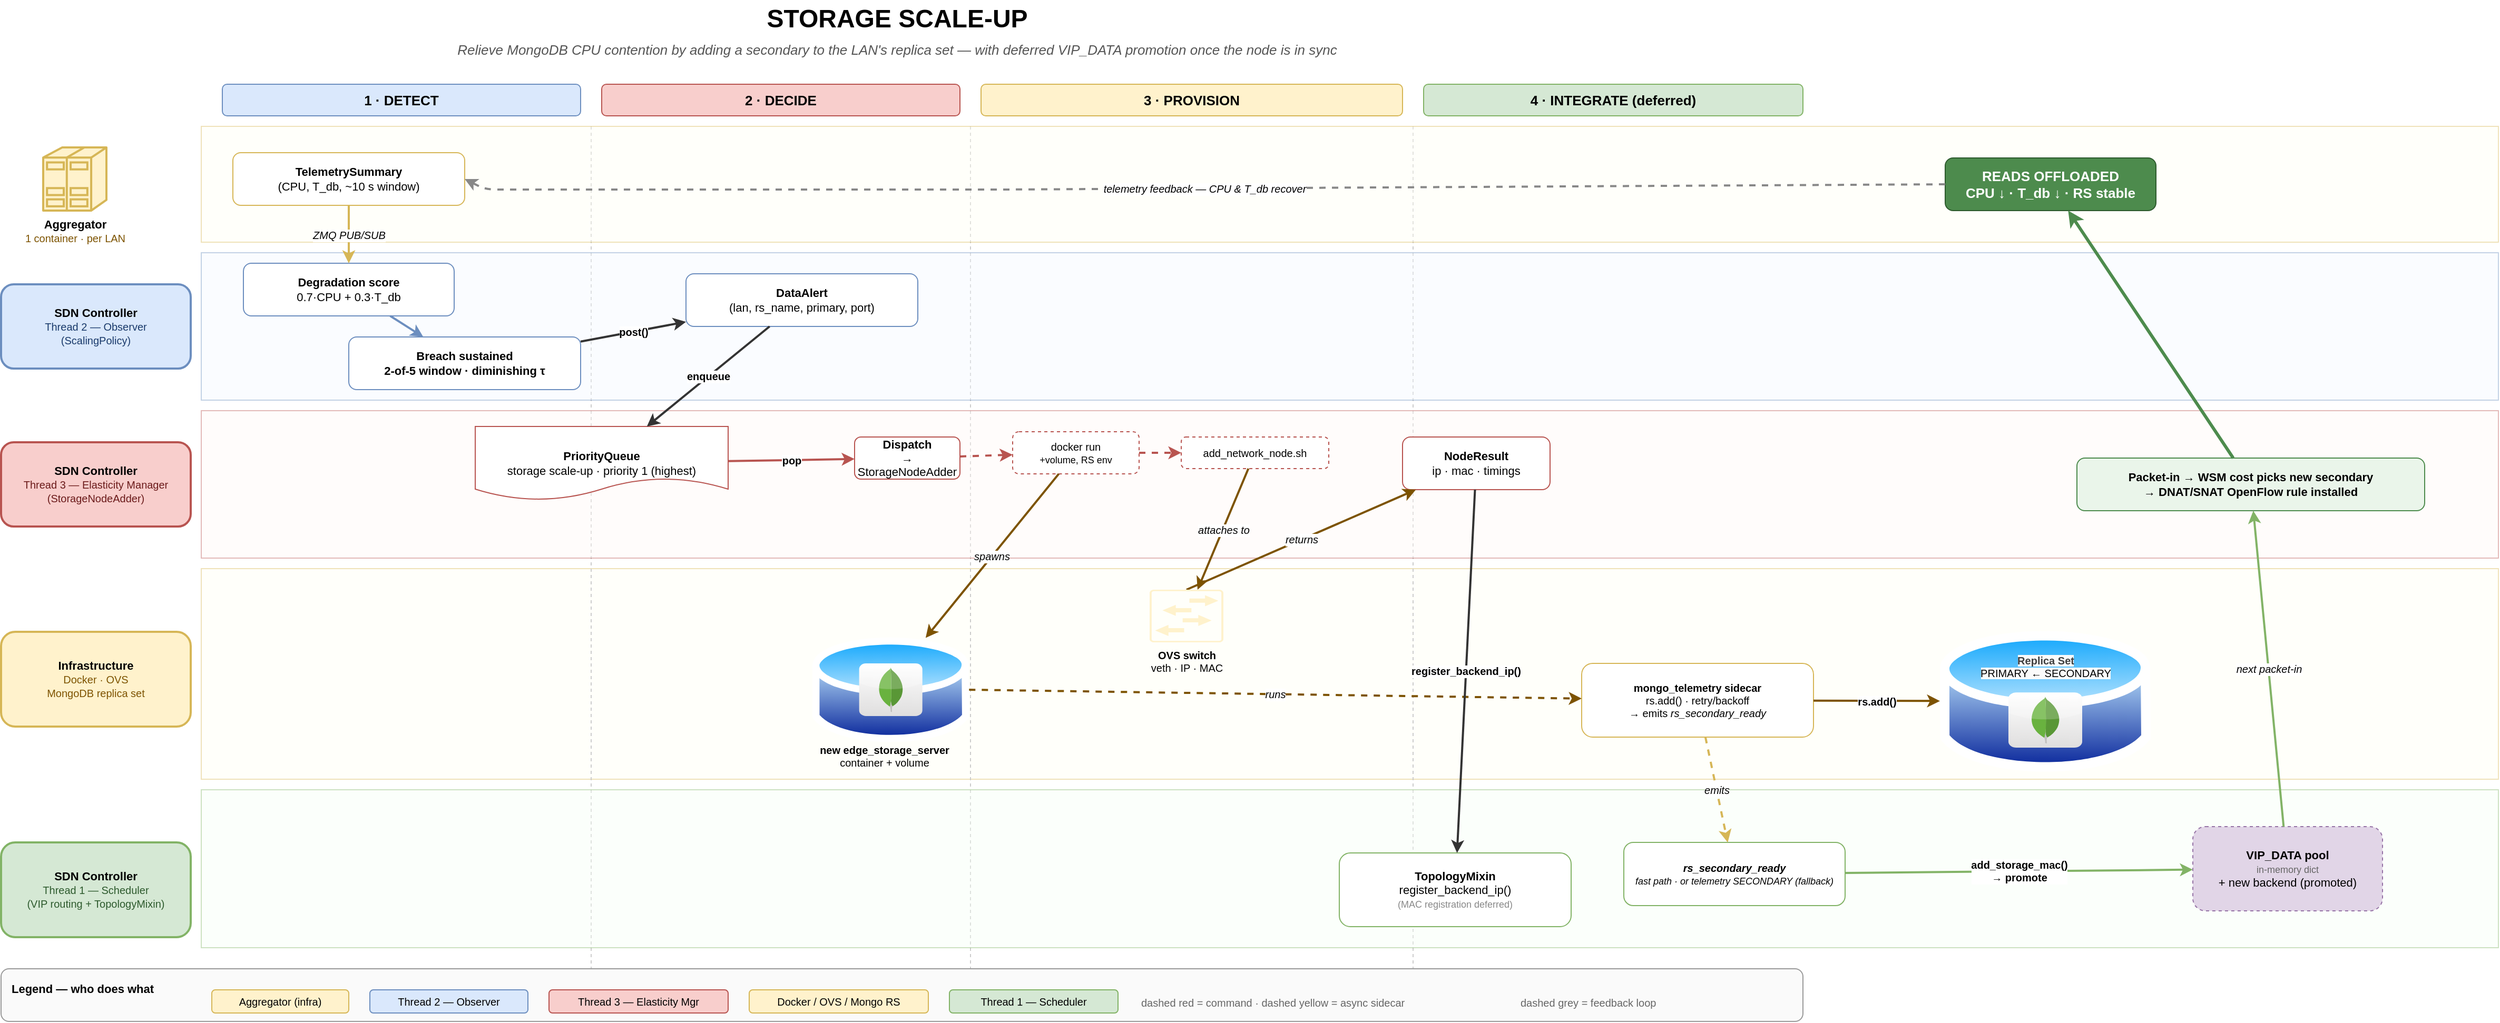
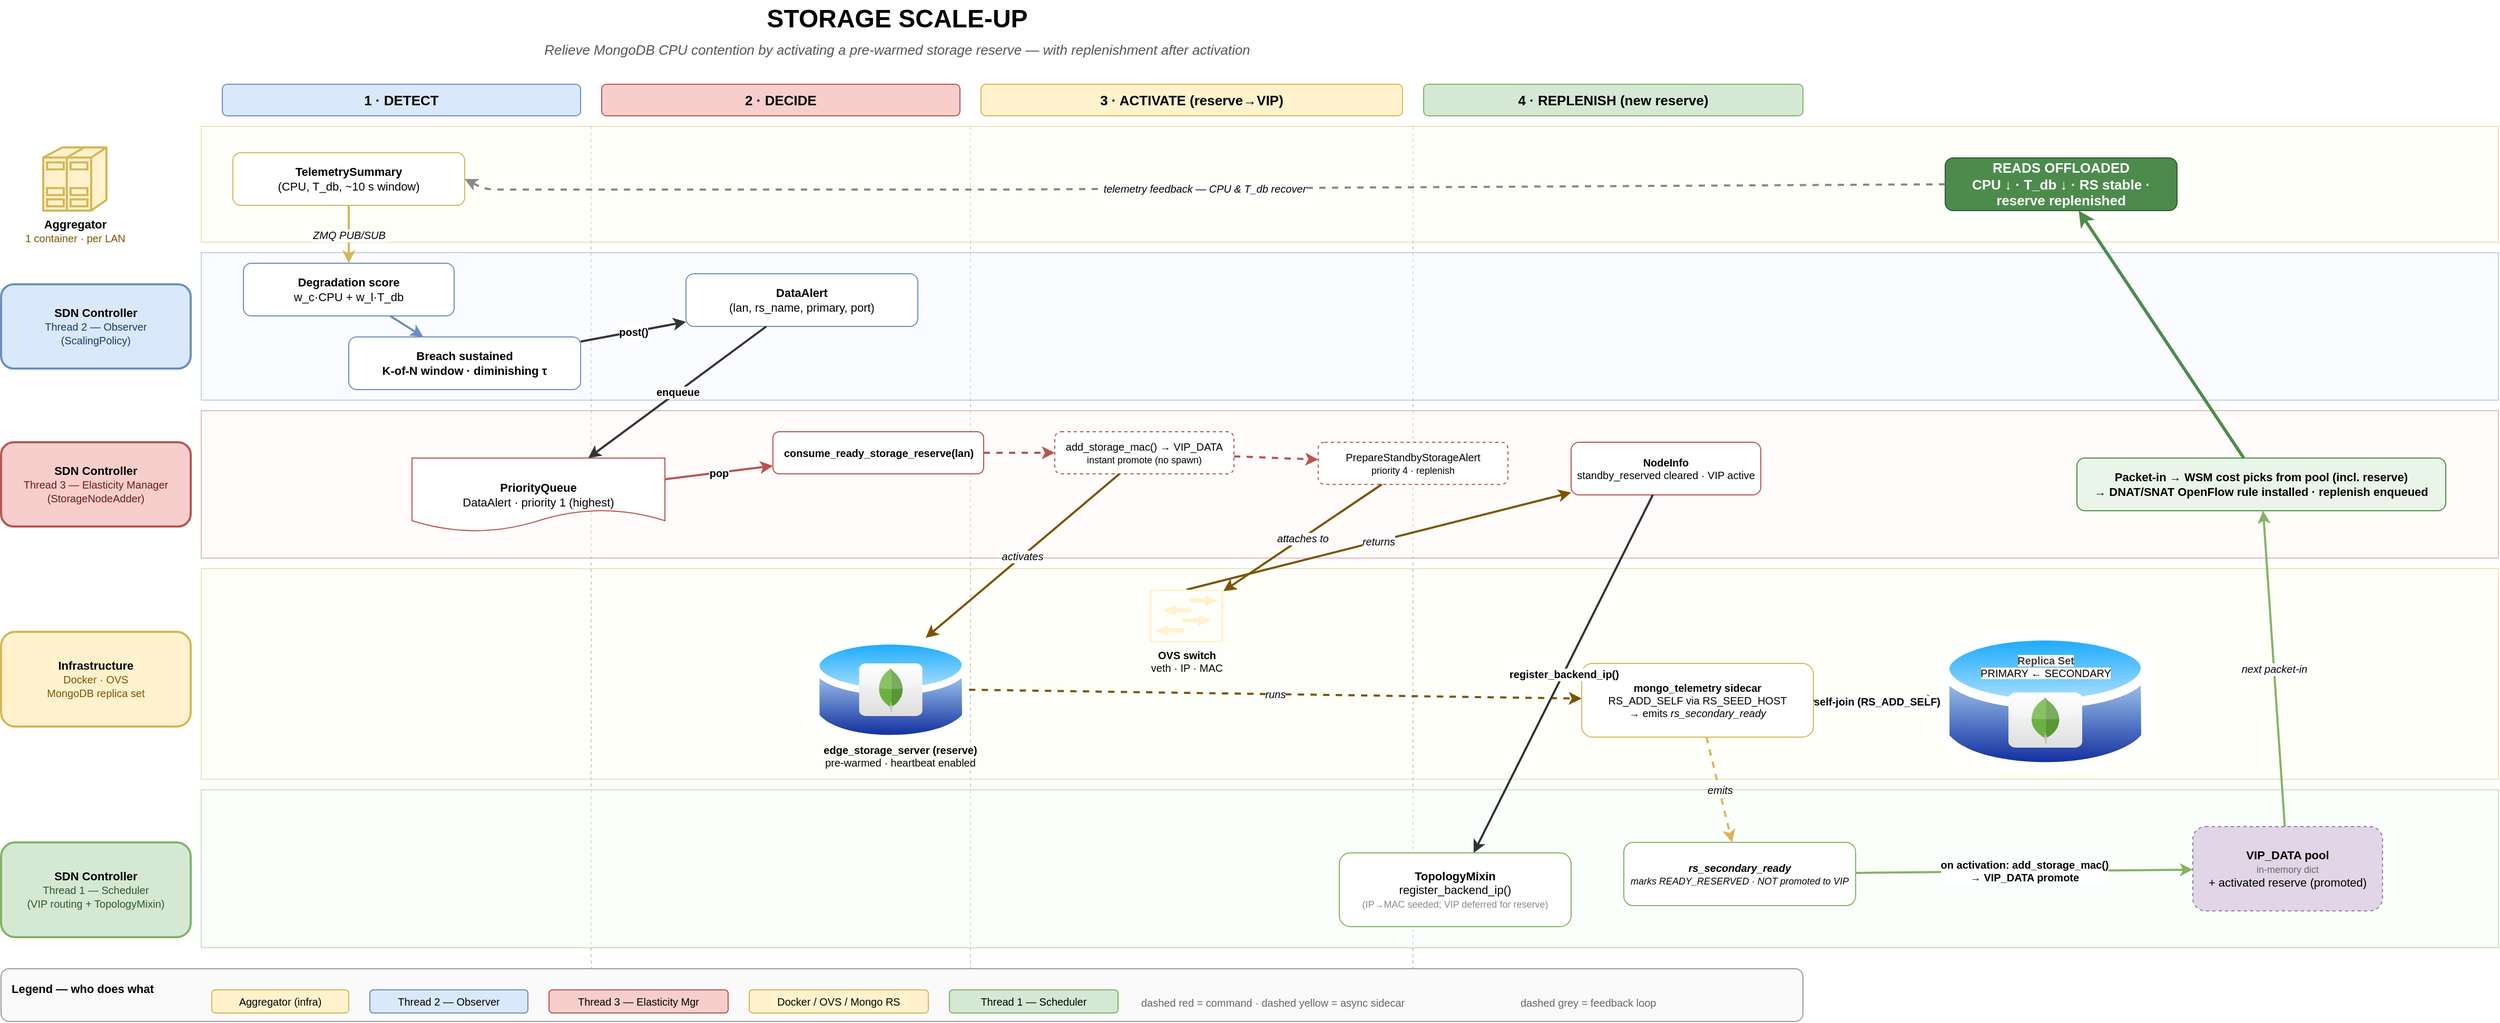
<mxfile host="65bd71144e">
    <diagram id="storage-scale-up" name="Storage Scale-Up">
-         <mxGraphModel dx="960" dy="651" grid="1" gridSize="10" guides="1" tooltips="1" connect="1" arrows="1" fold="1" page="1" pageScale="1" pageWidth="1800" pageHeight="1000" background="#ffffff" math="0" shadow="0">
+         <mxGraphModel dx="1720" dy="1048" grid="1" gridSize="10" guides="1" tooltips="1" connect="1" arrows="1" fold="1" page="1" pageScale="1" pageWidth="1800" pageHeight="1000" background="#ffffff" math="0" shadow="0">
            <root>
                <mxCell id="0"/>
                <mxCell id="1" parent="0"/>
                <mxCell id="lane_infra" value="" style="rounded=0;whiteSpace=wrap;html=1;fillColor=#fffef2;strokeColor=#d6b656;opacity=40;" parent="1" vertex="1">
                    <mxGeometry x="240" y="560" width="2180" height="200" as="geometry"/>
                </mxCell>
                <mxCell id="title" value="STORAGE SCALE-UP" style="text;html=1;strokeColor=none;fillColor=none;align=center;verticalAlign=middle;fontSize=24;fontStyle=1;" parent="1" vertex="1">
                    <mxGeometry x="600" y="20" width="600" height="36" as="geometry"/>
                </mxCell>
-                 <mxCell id="subtitle" value="Relieve MongoDB CPU contention by adding a secondary to the LAN&#39;s replica set — with deferred VIP_DATA promotion once the node is in sync" style="text;html=1;strokeColor=none;fillColor=none;align=center;verticalAlign=middle;fontSize=13;fontStyle=2;fontColor=#555555;" parent="1" vertex="1">
+                 <mxCell id="subtitle" value="Relieve MongoDB CPU contention by activating a pre-warmed storage reserve — with replenishment after activation" style="text;html=1;strokeColor=none;fillColor=none;align=center;verticalAlign=middle;fontSize=13;fontStyle=2;fontColor=#555555;" parent="1" vertex="1">
                    <mxGeometry x="300" y="56" width="1200" height="22" as="geometry"/>
                </mxCell>
                <mxCell id="ph1" value="1 · DETECT" style="rounded=1;whiteSpace=wrap;html=1;fillColor=#dae8fc;strokeColor=#6c8ebf;fontSize=13;fontStyle=1;" parent="1" vertex="1">
                    <mxGeometry x="260" y="100" width="340" height="30" as="geometry"/>
                </mxCell>
                <mxCell id="ph2" value="2 · DECIDE" style="rounded=1;whiteSpace=wrap;html=1;fillColor=#f8cecc;strokeColor=#b85450;fontSize=13;fontStyle=1;" parent="1" vertex="1">
                    <mxGeometry x="620" y="100" width="340" height="30" as="geometry"/>
                </mxCell>
-                 <mxCell id="ph3" value="3 · PROVISION" style="rounded=1;whiteSpace=wrap;html=1;fillColor=#fff2cc;strokeColor=#d6b656;fontSize=13;fontStyle=1;" parent="1" vertex="1">
+                 <mxCell id="ph3" value="3 · ACTIVATE (reserve→VIP)" style="rounded=1;whiteSpace=wrap;html=1;fillColor=#fff2cc;strokeColor=#d6b656;fontSize=13;fontStyle=1;" parent="1" vertex="1">
                    <mxGeometry x="980" y="100" width="400" height="30" as="geometry"/>
                </mxCell>
-                 <mxCell id="ph4" value="4 · INTEGRATE (deferred)" style="rounded=1;whiteSpace=wrap;html=1;fillColor=#d5e8d4;strokeColor=#82b366;fontSize=13;fontStyle=1;" parent="1" vertex="1">
+                 <mxCell id="ph4" value="4 · REPLENISH (new reserve)" style="rounded=1;whiteSpace=wrap;html=1;fillColor=#d5e8d4;strokeColor=#82b366;fontSize=13;fontStyle=1;" parent="1" vertex="1">
                    <mxGeometry x="1400" y="100" width="360" height="30" as="geometry"/>
                </mxCell>
                <mxCell id="sep1" style="endArrow=none;html=1;strokeColor=#cccccc;dashed=1;" parent="1" edge="1">
                    <mxGeometry relative="1" as="geometry">
                        <mxPoint x="610" y="140" as="sourcePoint"/>
                        <mxPoint x="610" y="960" as="targetPoint"/>
                    </mxGeometry>
                </mxCell>
                <mxCell id="sep2" style="endArrow=none;html=1;strokeColor=#cccccc;dashed=1;" parent="1" edge="1">
                    <mxGeometry relative="1" as="geometry">
                        <mxPoint x="970" y="140" as="sourcePoint"/>
                        <mxPoint x="970" y="960" as="targetPoint"/>
                    </mxGeometry>
                </mxCell>
                <mxCell id="sep3" style="endArrow=none;html=1;strokeColor=#cccccc;dashed=1;" parent="1" edge="1">
                    <mxGeometry relative="1" as="geometry">
                        <mxPoint x="1390" y="140" as="sourcePoint"/>
                        <mxPoint x="1390" y="960" as="targetPoint"/>
                    </mxGeometry>
                </mxCell>
                <mxCell id="lane_agg" value="" style="rounded=0;whiteSpace=wrap;html=1;fillColor=#fffef2;strokeColor=#d6b656;opacity=40;" parent="1" vertex="1">
                    <mxGeometry x="240" y="140" width="2180" height="110" as="geometry"/>
                </mxCell>
                <mxCell id="lane_agg_hdr" value="&lt;b&gt;Aggregator&lt;/b&gt;&lt;br&gt;&lt;span style=&quot;font-size: 10px; color: rgb(125, 83, 0);&quot;&gt;1 container · per LAN&lt;/span&gt;" style="shape=mxgraph.cisco.servers.standard_host;html=1;pointerEvents=1;dashed=0;fillColor=#fff2cc;strokeColor=#d6b656;strokeWidth=2;verticalLabelPosition=bottom;verticalAlign=top;align=center;outlineConnect=0;fontSize=11;" parent="1" vertex="1">
                    <mxGeometry x="90" y="160" width="60" height="60" as="geometry"/>
                </mxCell>
                <mxCell id="lane_t2" value="" style="rounded=0;whiteSpace=wrap;html=1;fillColor=#f2f7ff;strokeColor=#6c8ebf;opacity=40;" parent="1" vertex="1">
                    <mxGeometry x="240" y="260" width="2180" height="140" as="geometry"/>
                </mxCell>
                <mxCell id="lane_t2_hdr" value="&lt;b&gt;SDN Controller&lt;/b&gt;&lt;br/&gt;&lt;span style=&quot;font-size:10px;color:#1a3a6b&quot;&gt;Thread 2 — Observer&lt;/span&gt;&lt;br/&gt;&lt;span style=&quot;font-size:10px;color:#1a3a6b&quot;&gt;(ScalingPolicy)&lt;/span&gt;" style="rounded=1;whiteSpace=wrap;html=1;fillColor=#dae8fc;strokeColor=#6c8ebf;fontSize=11;strokeWidth=2;" parent="1" vertex="1">
                    <mxGeometry x="50" y="290" width="180" height="80" as="geometry"/>
                </mxCell>
                <mxCell id="lane_t3" value="" style="rounded=0;whiteSpace=wrap;html=1;fillColor=#fff7f6;strokeColor=#b85450;opacity=40;" parent="1" vertex="1">
                    <mxGeometry x="240" y="410" width="2180" height="140" as="geometry"/>
                </mxCell>
                <mxCell id="lane_t3_hdr" value="&lt;b&gt;SDN Controller&lt;/b&gt;&lt;br/&gt;&lt;span style=&quot;font-size:10px;color:#6b1a1a&quot;&gt;Thread 3 — Elasticity Manager&lt;/span&gt;&lt;br/&gt;&lt;span style=&quot;font-size:10px;color:#6b1a1a&quot;&gt;(StorageNodeAdder)&lt;/span&gt;" style="rounded=1;whiteSpace=wrap;html=1;fillColor=#f8cecc;strokeColor=#b85450;fontSize=11;strokeWidth=2;" parent="1" vertex="1">
                    <mxGeometry x="50" y="440" width="180" height="80" as="geometry"/>
                </mxCell>
                <mxCell id="lane_infra_hdr" value="&lt;b&gt;Infrastructure&lt;/b&gt;&lt;br/&gt;&lt;span style=&quot;font-size:10px;color:#7d5300&quot;&gt;Docker · OVS&lt;/span&gt;&lt;br/&gt;&lt;span style=&quot;font-size:10px;color:#7d5300&quot;&gt;MongoDB replica set&lt;/span&gt;" style="rounded=1;whiteSpace=wrap;html=1;fillColor=#fff2cc;strokeColor=#d6b656;fontSize=11;strokeWidth=2;" parent="1" vertex="1">
                    <mxGeometry x="50" y="620" width="180" height="90" as="geometry"/>
                </mxCell>
                <mxCell id="lane_t1" value="" style="rounded=0;whiteSpace=wrap;html=1;fillColor=#f6fff4;strokeColor=#82b366;opacity=40;" parent="1" vertex="1">
                    <mxGeometry x="240" y="770" width="2180" height="150" as="geometry"/>
                </mxCell>
                <mxCell id="lane_t1_hdr" value="&lt;b&gt;SDN Controller&lt;/b&gt;&lt;br/&gt;&lt;span style=&quot;font-size:10px;color:#2d5a2d&quot;&gt;Thread 1 — Scheduler&lt;/span&gt;&lt;br/&gt;&lt;span style=&quot;font-size:10px;color:#2d5a2d&quot;&gt;(VIP routing + TopologyMixin)&lt;/span&gt;" style="rounded=1;whiteSpace=wrap;html=1;fillColor=#d5e8d4;strokeColor=#82b366;fontSize=11;strokeWidth=2;" parent="1" vertex="1">
                    <mxGeometry x="50" y="820" width="180" height="90" as="geometry"/>
                </mxCell>
                <mxCell id="n_agg_pub" value="&lt;b&gt;TelemetrySummary&lt;/b&gt;&lt;br/&gt;(CPU, T_db, ~10 s window)" style="rounded=1;whiteSpace=wrap;html=1;fillColor=#ffffff;strokeColor=#d6b656;fontSize=11;" parent="1" vertex="1">
                    <mxGeometry x="270" y="165" width="220" height="50" as="geometry"/>
                </mxCell>
-                 <mxCell id="n_t2_score" value="&lt;b&gt;Degradation score&lt;/b&gt;&lt;br/&gt;0.7·CPU + 0.3·T_db" style="rounded=1;whiteSpace=wrap;html=1;fillColor=#ffffff;strokeColor=#6c8ebf;fontSize=11;" parent="1" vertex="1">
+                 <mxCell id="n_t2_score" value="&lt;b&gt;Degradation score&lt;/b&gt;&lt;br/&gt;w_c·CPU + w_l·T_db" style="rounded=1;whiteSpace=wrap;html=1;fillColor=#ffffff;strokeColor=#6c8ebf;fontSize=11;" parent="1" vertex="1">
                    <mxGeometry x="280" y="270" width="200" height="50" as="geometry"/>
                </mxCell>
-                 <mxCell id="n_t2_window" value="&lt;b&gt;Breach sustained&lt;/b&gt;&lt;br/&gt;2-of-5 window · diminishing τ" style="rounded=1;whiteSpace=wrap;html=1;fillColor=#ffffff;strokeColor=#6c8ebf;fontSize=11;fontStyle=1;" parent="1" vertex="1">
+                 <mxCell id="n_t2_window" value="&lt;b&gt;Breach sustained&lt;/b&gt;&lt;br/&gt;K-of-N window · diminishing τ" style="rounded=1;whiteSpace=wrap;html=1;fillColor=#ffffff;strokeColor=#6c8ebf;fontSize=11;fontStyle=1;" parent="1" vertex="1">
                    <mxGeometry x="380" y="340" width="220" height="50" as="geometry"/>
                </mxCell>
                <mxCell id="n_alert" value="&lt;b&gt;DataAlert&lt;/b&gt;&lt;br/&gt;(lan, rs_name, primary, port)" style="rounded=1;whiteSpace=wrap;html=1;fillColor=#ffffff;strokeColor=#6c8ebf;fontSize=11;" parent="1" vertex="1">
                    <mxGeometry x="700" y="280" width="220" height="50" as="geometry"/>
                </mxCell>
-                 <mxCell id="n_t3_queue" value="&lt;b&gt;PriorityQueue&lt;/b&gt;&lt;br/&gt;storage scale-up · priority 1 (highest)" style="shape=document;whiteSpace=wrap;html=1;fillColor=#ffffff;strokeColor=#b85450;fontSize=11;" parent="1" vertex="1">
-                     <mxGeometry x="500" y="425" width="240" height="70" as="geometry"/>
-                 </mxCell>
-                 <mxCell id="n_t3_dispatch" value="&lt;b&gt;Dispatch&lt;/b&gt;&lt;br/&gt;→ StorageNodeAdder" style="rounded=1;whiteSpace=wrap;html=1;fillColor=#ffffff;strokeColor=#b85450;fontSize=11;" parent="1" vertex="1">
-                     <mxGeometry x="860" y="435" width="100" height="40" as="geometry"/>
-                 </mxCell>
-                 <mxCell id="n_t3_cmd1" value="docker run&lt;br/&gt;&lt;span style=&quot;font-size:9px&quot;&gt;+volume, RS env&lt;/span&gt;" style="rounded=1;whiteSpace=wrap;html=1;fillColor=#ffffff;strokeColor=#b85450;fontSize=10;dashed=1;" parent="1" vertex="1">
-                     <mxGeometry x="1010" y="430" width="120" height="40" as="geometry"/>
-                 </mxCell>
-                 <mxCell id="n_t3_cmd2" value="add_network_node.sh" style="rounded=1;whiteSpace=wrap;html=1;fillColor=#ffffff;strokeColor=#b85450;fontSize=10;dashed=1;" parent="1" vertex="1">
-                     <mxGeometry x="1170" y="435" width="140" height="30" as="geometry"/>
-                 </mxCell>
-                 <mxCell id="n_t3_result" value="&lt;b&gt;NodeResult&lt;/b&gt;&lt;br/&gt;ip · mac · timings" style="rounded=1;whiteSpace=wrap;html=1;fillColor=#ffffff;strokeColor=#b85450;fontSize=11;" parent="1" vertex="1">
-                     <mxGeometry x="1380" y="435" width="140" height="50" as="geometry"/>
-                 </mxCell>
-                 <mxCell id="n_new_container_lbl" value="&lt;b&gt;new edge_storage_server&lt;/b&gt;&lt;br/&gt;container + volume" style="text;html=1;align=center;fontSize=10;" parent="1" vertex="1">
-                     <mxGeometry x="822.5" y="720" width="130" height="30" as="geometry"/>
+                 <mxCell id="n_t3_queue" value="&lt;b&gt;PriorityQueue&lt;/b&gt;&lt;br/&gt;DataAlert · priority 1 (highest)" style="shape=document;whiteSpace=wrap;html=1;fillColor=#ffffff;strokeColor=#b85450;fontSize=11;" parent="1" vertex="1">
+                     <mxGeometry x="440" y="455" width="240" height="70" as="geometry"/>
+                 </mxCell>
+                 <mxCell id="n_t3_dispatch" value="&lt;b&gt;consume_ready_storage_reserve(lan)&lt;/b&gt;" style="rounded=1;whiteSpace=wrap;html=1;fillColor=#ffffff;strokeColor=#b85450;fontSize=10;" parent="1" vertex="1">
+                     <mxGeometry x="782.5" y="430" width="200" height="40" as="geometry"/>
+                 </mxCell>
+                 <mxCell id="n_t3_cmd1" value="add_storage_mac() → VIP_DATA&lt;br/&gt;&lt;span style=&quot;font-size:9px&quot;&gt;instant promote (no spawn)&lt;/span&gt;" style="rounded=1;whiteSpace=wrap;html=1;fillColor=#ffffff;strokeColor=#b85450;fontSize=10;dashed=1;" parent="1" vertex="1">
+                     <mxGeometry x="1050" y="430" width="170" height="40" as="geometry"/>
+                 </mxCell>
+                 <mxCell id="n_t3_cmd2" value="PrepareStandbyStorageAlert&lt;br/&gt;&lt;span style=&quot;font-size:9px&quot;&gt;priority 4 · replenish&lt;/span&gt;" style="rounded=1;whiteSpace=wrap;html=1;fillColor=#ffffff;strokeColor=#b85450;fontSize=10;dashed=1;" parent="1" vertex="1">
+                     <mxGeometry x="1300" y="440" width="180" height="40" as="geometry"/>
+                 </mxCell>
+                 <mxCell id="n_t3_result" value="&lt;b&gt;NodeInfo&lt;/b&gt;&lt;br/&gt;standby_reserved cleared · VIP active" style="rounded=1;whiteSpace=wrap;html=1;fillColor=#ffffff;strokeColor=#b85450;fontSize=10;" parent="1" vertex="1">
+                     <mxGeometry x="1540" y="440" width="180" height="50" as="geometry"/>
+                 </mxCell>
+                 <mxCell id="n_new_container_lbl" value="&lt;b&gt;edge_storage_server (reserve)&lt;/b&gt;&lt;br/&gt;pre-warmed · heartbeat enabled" style="text;html=1;align=center;fontSize=10;" parent="1" vertex="1">
+                     <mxGeometry x="822.5" y="720" width="160" height="30" as="geometry"/>
                </mxCell>
                <mxCell id="n_ovs_lbl" value="&lt;b&gt;OVS switch&lt;/b&gt;&lt;br/&gt;veth · IP · MAC" style="text;html=1;align=center;fontSize=10;" parent="1" vertex="1">
                    <mxGeometry x="1125" y="630" width="100" height="30" as="geometry"/>
                </mxCell>
-                 <mxCell id="n_sidecar" value="&lt;b&gt;mongo_telemetry sidecar&lt;/b&gt;&lt;br/&gt;rs.add() · retry/backoff&lt;br/&gt;→ emits &lt;i&gt;rs_secondary_ready&lt;/i&gt;" style="rounded=1;whiteSpace=wrap;html=1;fillColor=#ffffff;strokeColor=#d6b656;fontSize=10;" parent="1" vertex="1">
+                 <mxCell id="n_sidecar" value="&lt;b&gt;mongo_telemetry sidecar&lt;/b&gt;&lt;br/&gt;RS_ADD_SELF via RS_SEED_HOST&lt;br/&gt;→ emits &lt;i&gt;rs_secondary_ready&lt;/i&gt;" style="rounded=1;whiteSpace=wrap;html=1;fillColor=#ffffff;strokeColor=#d6b656;fontSize=10;" parent="1" vertex="1">
                    <mxGeometry x="1550" y="650" width="220" height="70" as="geometry"/>
                </mxCell>
-                 <mxCell id="n_topo" value="&lt;b&gt;TopologyMixin&lt;/b&gt;&lt;br/&gt;register_backend_ip()&lt;br/&gt;&lt;span style=&quot;font-size:9px;color:#888&quot;&gt;(MAC registration deferred)&lt;/span&gt;" style="rounded=1;whiteSpace=wrap;html=1;fillColor=#ffffff;strokeColor=#82b366;fontSize=11;" parent="1" vertex="1">
+                 <mxCell id="n_topo" value="&lt;b&gt;TopologyMixin&lt;/b&gt;&lt;br/&gt;register_backend_ip()&lt;br/&gt;&lt;span style=&quot;font-size:9px;color:#888&quot;&gt;(IP→MAC seeded; VIP deferred for reserve)&lt;/span&gt;" style="rounded=1;whiteSpace=wrap;html=1;fillColor=#ffffff;strokeColor=#82b366;fontSize=11;" parent="1" vertex="1">
                    <mxGeometry x="1320" y="830" width="220" height="70" as="geometry"/>
                </mxCell>
-                 <mxCell id="n_ready_event" value="&lt;b&gt;rs_secondary_ready&lt;/b&gt;&lt;br/&gt;&lt;span style=&quot;font-size:9px&quot;&gt;fast path · or telemetry SECONDARY (fallback)&lt;/span&gt;" style="rounded=1;whiteSpace=wrap;html=1;fillColor=#ffffff;strokeColor=#82b366;fontSize=10;fontStyle=2;" parent="1" vertex="1">
-                     <mxGeometry x="1590" y="820" width="210" height="60" as="geometry"/>
-                 </mxCell>
-                 <mxCell id="n_vip_pool" value="&lt;b&gt;VIP_DATA pool&lt;/b&gt;&lt;br/&gt;&lt;span style=&quot;font-size:9px;color:#666&quot;&gt;in-memory dict&lt;/span&gt;&lt;br/&gt;+ new backend (promoted)" style="rounded=1;whiteSpace=wrap;html=1;fillColor=#e1d5e7;strokeColor=#9673a6;fontSize=11;dashed=1;" parent="1" vertex="1">
+                 <mxCell id="n_ready_event" value="&lt;b&gt;rs_secondary_ready&lt;/b&gt;&lt;br/&gt;&lt;span style=&quot;font-size:9px&quot;&gt;marks READY_RESERVED · NOT promoted to VIP&lt;/span&gt;" style="rounded=1;whiteSpace=wrap;html=1;fillColor=#ffffff;strokeColor=#82b366;fontSize=10;fontStyle=2;" parent="1" vertex="1">
+                     <mxGeometry x="1590" y="820" width="220" height="60" as="geometry"/>
+                 </mxCell>
+                 <mxCell id="n_vip_pool" value="&lt;b&gt;VIP_DATA pool&lt;/b&gt;&lt;br/&gt;&lt;span style=&quot;font-size:9px;color:#666&quot;&gt;in-memory dict&lt;/span&gt;&lt;br/&gt;+ activated reserve (promoted)" style="rounded=1;whiteSpace=wrap;html=1;fillColor=#e1d5e7;strokeColor=#9673a6;fontSize=11;dashed=1;" parent="1" vertex="1">
                    <mxGeometry x="2130" y="805" width="180" height="80" as="geometry"/>
                </mxCell>
-                 <mxCell id="n_wsm" value="&lt;b&gt;Packet-in&lt;/b&gt; → WSM cost picks new secondary&lt;br/&gt;→ DNAT/SNAT OpenFlow rule installed" style="rounded=1;whiteSpace=wrap;html=1;fillColor=#eaf5ea;strokeColor=#4d8b4d;fontSize=11;fontStyle=1;" parent="1" vertex="1">
-                     <mxGeometry x="2020" y="455" width="330" height="50" as="geometry"/>
-                 </mxCell>
-                 <mxCell id="n_goal" value="&lt;b&gt;READS OFFLOADED&lt;/b&gt;&lt;br/&gt;CPU ↓ · T_db ↓ · RS stable" style="rounded=1;whiteSpace=wrap;html=1;fillColor=#4d8b4d;fontColor=#ffffff;strokeColor=#2d5a2d;fontSize=13;fontStyle=1;" parent="1" vertex="1">
-                     <mxGeometry x="1895" y="170" width="200" height="50" as="geometry"/>
+                 <mxCell id="n_wsm" value="&lt;b&gt;Packet-in&lt;/b&gt; → WSM cost picks from pool (incl. reserve)&lt;br/&gt;→ DNAT/SNAT OpenFlow rule installed · replenish enqueued" style="rounded=1;whiteSpace=wrap;html=1;fillColor=#eaf5ea;strokeColor=#4d8b4d;fontSize=11;fontStyle=1;" parent="1" vertex="1">
+                     <mxGeometry x="2020" y="455" width="350" height="50" as="geometry"/>
+                 </mxCell>
+                 <mxCell id="n_goal" value="&lt;b&gt;READS OFFLOADED&lt;/b&gt;&lt;br/&gt;CPU ↓ · T_db ↓ · RS stable · reserve replenished" style="rounded=1;whiteSpace=wrap;html=1;fillColor=#4d8b4d;fontColor=#ffffff;strokeColor=#2d5a2d;fontSize=13;fontStyle=1;" parent="1" vertex="1">
+                     <mxGeometry x="1895" y="170" width="220" height="50" as="geometry"/>
                </mxCell>
                <mxCell id="e_pub" value="ZMQ PUB/SUB" style="endArrow=classic;html=1;strokeColor=#d6b656;strokeWidth=2;fontSize=10;fontStyle=2;labelBackgroundColor=#ffffff;" parent="1" source="n_agg_pub" target="n_t2_score" edge="1">
                    <mxGeometry relative="1" as="geometry"/>
                </mxCell>
                <mxCell id="e_score" style="endArrow=classic;html=1;strokeColor=#6c8ebf;strokeWidth=2;" parent="1" source="n_t2_score" target="n_t2_window" edge="1">
                    <mxGeometry relative="1" as="geometry"/>
                </mxCell>
                <mxCell id="e_post" value="post()" style="endArrow=classic;html=1;strokeColor=#333333;strokeWidth=2;fontSize=10;fontStyle=1;labelBackgroundColor=#ffffff;" parent="1" source="n_t2_window" target="n_alert" edge="1">
                    <mxGeometry relative="1" as="geometry"/>
                </mxCell>
                <mxCell id="e_enqueue" value="enqueue" style="endArrow=classic;html=1;strokeColor=#333333;strokeWidth=2;fontSize=10;fontStyle=1;labelBackgroundColor=#ffffff;" parent="1" source="n_alert" target="n_t3_queue" edge="1">
                    <mxGeometry relative="1" as="geometry"/>
                </mxCell>
                <mxCell id="e_pop" value="pop" style="endArrow=classic;html=1;strokeColor=#b85450;strokeWidth=2;fontSize=10;fontStyle=1;labelBackgroundColor=#ffffff;" parent="1" source="n_t3_queue" target="n_t3_dispatch" edge="1">
                    <mxGeometry relative="1" as="geometry"/>
                </mxCell>
                <mxCell id="e_cmd1" style="endArrow=classic;html=1;strokeColor=#b85450;strokeWidth=2;dashed=1;" parent="1" source="n_t3_dispatch" target="n_t3_cmd1" edge="1">
                    <mxGeometry relative="1" as="geometry"/>
                </mxCell>
                <mxCell id="e_cmd2" style="endArrow=classic;html=1;strokeColor=#b85450;strokeWidth=2;dashed=1;" parent="1" source="n_t3_cmd1" target="n_t3_cmd2" edge="1">
                    <mxGeometry relative="1" as="geometry"/>
                </mxCell>
-                 <mxCell id="e_docker" value="spawns" style="endArrow=classic;html=1;strokeColor=#7d5300;strokeWidth=2;fontSize=10;fontStyle=2;labelBackgroundColor=#ffffff;entryX=0.75;entryY=0;entryDx=0;entryDy=0;" parent="1" source="n_t3_cmd1" target="2" edge="1">
+                 <mxCell id="e_docker" value="activates" style="endArrow=classic;html=1;strokeColor=#7d5300;strokeWidth=2;fontSize=10;fontStyle=2;labelBackgroundColor=#ffffff;entryX=0.75;entryY=0;entryDx=0;entryDy=0;" parent="1" source="n_t3_cmd1" target="2" edge="1">
                    <mxGeometry relative="1" as="geometry">
                        <mxPoint x="1053.75" y="580" as="targetPoint"/>
                    </mxGeometry>
                </mxCell>
                <mxCell id="e_attach" value="attaches to" style="endArrow=classic;html=1;strokeColor=#7d5300;strokeWidth=2;fontSize=10;fontStyle=2;labelBackgroundColor=#ffffff;" parent="1" source="n_t3_cmd2" target="n_ovs" edge="1">
                    <mxGeometry relative="1" as="geometry"/>
                </mxCell>
                <mxCell id="e_sidecar" value="runs" style="endArrow=classic;html=1;strokeColor=#7d5300;strokeWidth=2;fontSize=10;fontStyle=2;labelBackgroundColor=#ffffff;dashed=1;exitX=1;exitY=0.5;exitDx=0;exitDy=0;" parent="1" source="2" target="n_sidecar" edge="1">
                    <mxGeometry relative="1" as="geometry">
                        <mxPoint x="1080" y="610.3488372093022" as="sourcePoint"/>
                    </mxGeometry>
                </mxCell>
-                 <mxCell id="e_rsjoin" value="rs.add()" style="endArrow=classic;html=1;strokeColor=#7d5300;strokeWidth=2;fontSize=10;fontStyle=1;labelBackgroundColor=#ffffff;" parent="1" source="n_sidecar" target="7" edge="1">
+                 <mxCell id="e_rsjoin" value="self-join (RS_ADD_SELF)" style="endArrow=classic;html=1;strokeColor=#7d5300;strokeWidth=2;fontSize=10;fontStyle=1;labelBackgroundColor=#ffffff;" parent="1" source="n_sidecar" target="7" edge="1">
                    <mxGeometry relative="1" as="geometry">
                        <mxPoint x="1850" y="691.6666666666667" as="targetPoint"/>
                    </mxGeometry>
                </mxCell>
                <mxCell id="e_noderes" value="returns" style="endArrow=classic;html=1;strokeColor=#7d5300;strokeWidth=2;fontSize=10;fontStyle=2;labelBackgroundColor=#ffffff;exitX=0.5;exitY=0;exitDx=0;exitDy=0;" parent="1" source="n_ovs" target="n_t3_result" edge="1">
                    <mxGeometry relative="1" as="geometry"/>
                </mxCell>
                <mxCell id="e_publish" value="register_backend_ip()" style="endArrow=classic;html=1;strokeColor=#333333;strokeWidth=2;fontSize=10;fontStyle=1;labelBackgroundColor=#ffffff;" parent="1" source="n_t3_result" target="n_topo" edge="1">
                    <mxGeometry relative="1" as="geometry"/>
                </mxCell>
                <mxCell id="e_ready" value="emits" style="endArrow=classic;html=1;strokeColor=#d6b656;strokeWidth=2;fontSize=10;fontStyle=2;labelBackgroundColor=#ffffff;dashed=1;" parent="1" source="n_sidecar" target="n_ready_event" edge="1">
                    <mxGeometry relative="1" as="geometry"/>
                </mxCell>
-                 <mxCell id="e_promote" value="add_storage_mac()&#xa;→ promote" style="endArrow=classic;html=1;strokeColor=#82b366;strokeWidth=2;fontSize=10;fontStyle=1;labelBackgroundColor=#ffffff;" parent="1" source="n_ready_event" target="n_vip_pool" edge="1">
+                 <mxCell id="e_promote" value="on activation: add_storage_mac()&#xa;→ VIP_DATA promote" style="endArrow=classic;html=1;strokeColor=#82b366;strokeWidth=2;fontSize=10;fontStyle=1;labelBackgroundColor=#ffffff;" parent="1" source="n_ready_event" target="n_vip_pool" edge="1">
                    <mxGeometry relative="1" as="geometry"/>
                </mxCell>
                <mxCell id="e_wsm" value="next packet-in" style="endArrow=classic;html=1;strokeColor=#82b366;strokeWidth=2;fontSize=10;fontStyle=2;labelBackgroundColor=#ffffff;" parent="1" source="n_vip_pool" target="n_wsm" edge="1">
                    <mxGeometry relative="1" as="geometry"/>
                </mxCell>
                <mxCell id="e_goal" style="endArrow=classic;html=1;strokeColor=#4d8b4d;strokeWidth=3;" parent="1" source="n_wsm" target="n_goal" edge="1">
                    <mxGeometry relative="1" as="geometry"/>
                </mxCell>
                <mxCell id="e_feedback" value="telemetry feedback — CPU &amp; T_db recover" style="endArrow=classic;html=1;dashed=1;strokeColor=#888888;strokeWidth=2;fontSize=10;fontStyle=2;labelBackgroundColor=#ffffff;exitX=0;exitY=0.5;exitDx=0;exitDy=0;entryX=1;entryY=0.5;entryDx=0;entryDy=0;" parent="1" source="n_goal" target="n_agg_pub" edge="1">
                    <mxGeometry relative="1" as="geometry">
                        <Array as="points">
                            <mxPoint x="1000" y="200"/>
                            <mxPoint x="510" y="200"/>
                        </Array>
                    </mxGeometry>
                </mxCell>
                <mxCell id="legend_box" value="Legend — who does what" style="rounded=1;whiteSpace=wrap;html=1;fillColor=#fafafa;strokeColor=#999999;fontSize=11;fontStyle=1;align=left;verticalAlign=top;spacingLeft=8;spacingTop=6;" parent="1" vertex="1">
                    <mxGeometry x="50" y="940" width="1710" height="50" as="geometry"/>
                </mxCell>
                <mxCell id="leg_agg" value="Aggregator (infra)" style="rounded=1;whiteSpace=wrap;html=1;fillColor=#fff2cc;strokeColor=#d6b656;fontSize=10;" parent="1" vertex="1">
                    <mxGeometry x="250" y="960" width="130" height="22" as="geometry"/>
                </mxCell>
                <mxCell id="leg_t2" value="Thread 2 — Observer" style="rounded=1;whiteSpace=wrap;html=1;fillColor=#dae8fc;strokeColor=#6c8ebf;fontSize=10;" parent="1" vertex="1">
                    <mxGeometry x="400" y="960" width="150" height="22" as="geometry"/>
                </mxCell>
                <mxCell id="leg_t3" value="Thread 3 — Elasticity Mgr" style="rounded=1;whiteSpace=wrap;html=1;fillColor=#f8cecc;strokeColor=#b85450;fontSize=10;" parent="1" vertex="1">
                    <mxGeometry x="570" y="960" width="170" height="22" as="geometry"/>
                </mxCell>
                <mxCell id="leg_infra2" value="Docker / OVS / Mongo RS" style="rounded=1;whiteSpace=wrap;html=1;fillColor=#fff2cc;strokeColor=#d6b656;fontSize=10;" parent="1" vertex="1">
                    <mxGeometry x="760" y="960" width="170" height="22" as="geometry"/>
                </mxCell>
                <mxCell id="leg_t1" value="Thread 1 — Scheduler" style="rounded=1;whiteSpace=wrap;html=1;fillColor=#d5e8d4;strokeColor=#82b366;fontSize=10;" parent="1" vertex="1">
                    <mxGeometry x="950" y="960" width="160" height="22" as="geometry"/>
                </mxCell>
                <mxCell id="leg_cmd" value="dashed red = command · dashed yellow = async sidecar" style="text;html=1;align=left;fontSize=10;fontColor=#666666;" parent="1" vertex="1">
                    <mxGeometry x="1130" y="960" width="350" height="22" as="geometry"/>
                </mxCell>
                <mxCell id="leg_fb" value="dashed grey = feedback loop" style="text;html=1;align=left;fontSize=10;fontColor=#666666;" parent="1" vertex="1">
                    <mxGeometry x="1490" y="960" width="230" height="22" as="geometry"/>
                </mxCell>
                <mxCell id="2" value="" style="image;aspect=fixed;perimeter=ellipsePerimeter;html=1;align=center;shadow=0;dashed=0;spacingTop=3;image=img/lib/active_directory/database.svg;" parent="1" vertex="1">
                    <mxGeometry x="820" y="620" width="148.65" height="110" as="geometry"/>
                </mxCell>
                <mxCell id="n_ovs" value="" style="shape=mxgraph.cisco19.l2_switch;html=1;fillColor=#fff2cc;strokeColor=#d6b656;strokeWidth=2;verticalLabelPosition=bottom;verticalAlign=top;align=center;outlineConnect=0;fontSize=11;" parent="1" vertex="1">
                    <mxGeometry x="1140" y="580" width="70" height="50" as="geometry"/>
                </mxCell>
                <mxCell id="5" value="" style="dashed=0;outlineConnect=0;html=1;align=center;labelPosition=center;verticalLabelPosition=bottom;verticalAlign=top;shape=mxgraph.webicons.mongodb;gradientColor=#DFDEDE" parent="1" vertex="1">
                    <mxGeometry x="864.33" y="650" width="60" height="50" as="geometry"/>
                </mxCell>
                <mxCell id="7" value="" style="image;aspect=fixed;perimeter=ellipsePerimeter;html=1;align=center;shadow=0;dashed=0;spacingTop=3;image=img/lib/active_directory/database.svg;" parent="1" vertex="1">
                    <mxGeometry x="1890" y="612" width="200" height="148" as="geometry"/>
                </mxCell>
                <mxCell id="10" value="&lt;p style=&quot;&quot;&gt;&lt;b style=&quot;text-wrap-mode: wrap; scrollbar-color: rgb(226, 226, 226) rgb(251, 251, 251); background-color: rgb(251, 251, 251); color: rgb(63, 63, 63);&quot;&gt;Replica Set&lt;br&gt;&lt;/b&gt;&lt;span style=&quot;background-color: light-dark(rgb(251, 251, 251), rgb(21, 21, 21));&quot;&gt;PRIMARY ← SECONDARY&lt;/span&gt;&lt;/p&gt;" style="text;html=1;align=center;fontSize=10;" parent="1" vertex="1">
                    <mxGeometry x="1850" y="625" width="280" height="40" as="geometry"/>
                </mxCell>
                <mxCell id="11" value="" style="dashed=0;outlineConnect=0;html=1;align=center;labelPosition=center;verticalLabelPosition=bottom;verticalAlign=top;shape=mxgraph.webicons.mongodb;gradientColor=#DFDEDE" parent="1" vertex="1">
                    <mxGeometry x="1955" y="677.6" width="70" height="52.4" as="geometry"/>
                </mxCell>
            </root>
        </mxGraphModel>
    </diagram>
</mxfile>